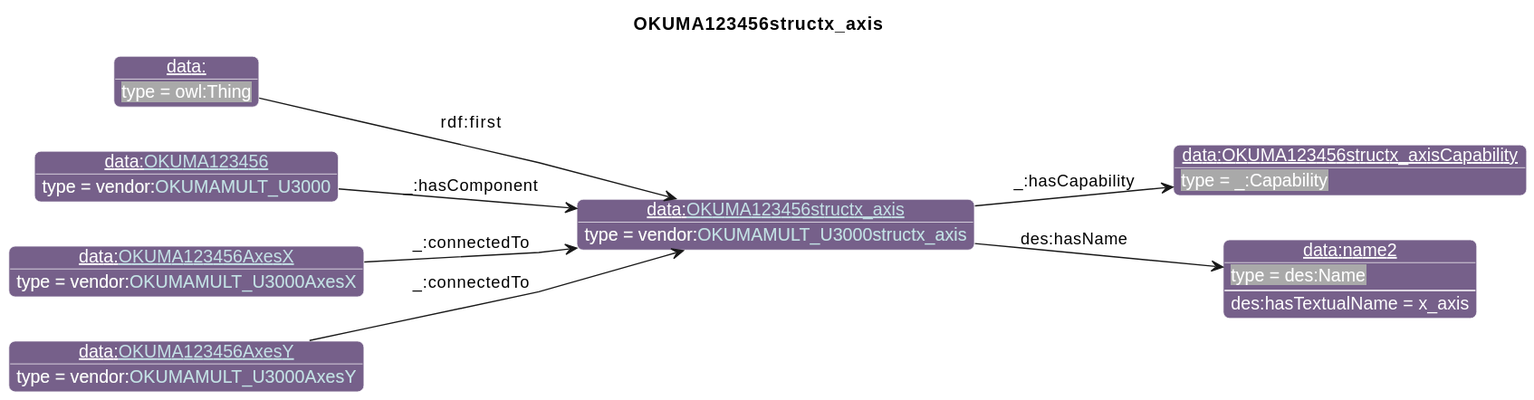
The PlantUML diagram diagrams/OKUMA123456structx_axis.svg in iofoundry/example-syseng-mtconnect, before a commit.
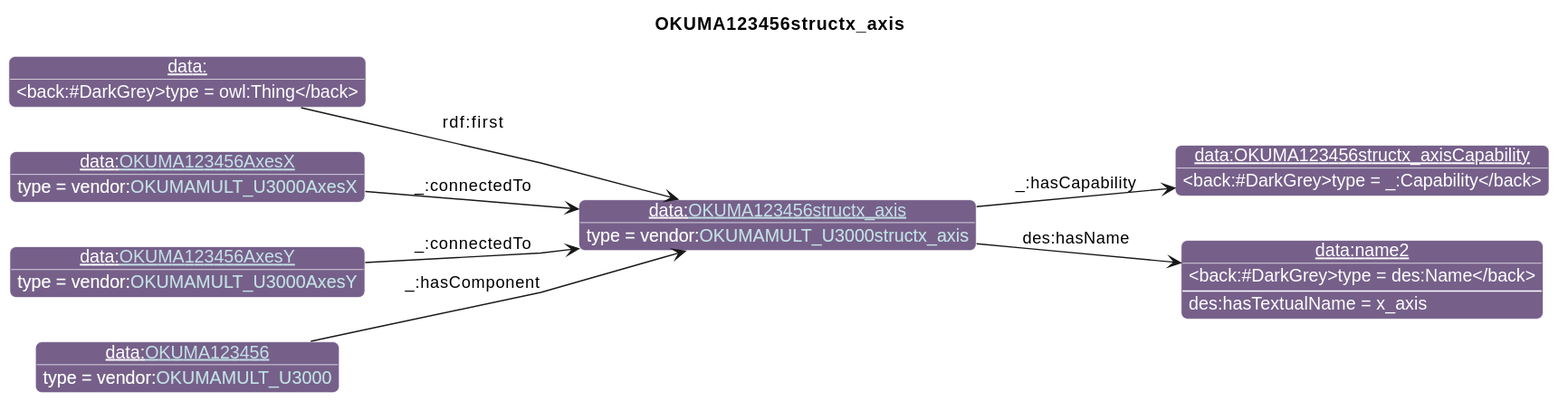
After the change.

What changed in the source:
```diff
@@ -29,14 +29,14 @@
 individual(o1, data:OKUMA123456structx_axisCapability, _:Capability)
 individual(o2, data:name2, des:Name)
 individual(o3, data:, owl:Thing)
-individual(o4, data:[[./OKUMA123456.html OKUMA123456]], vendor:[[../OKUMA.html#OKUMAMULT_U3000 OKUMAMULT_U3000]])
-individual(o5, data:[[./OKUMA123456AxesX.html OKUMA123456AxesX]], vendor:[[../OKUMA.html#OKUMAMULT_U3000AxesX OKUMAMULT_U3000AxesX]])
-individual(o6, data:[[./OKUMA123456AxesY.html OKUMA123456AxesY]], vendor:[[../OKUMA.html#OKUMAMULT_U3000AxesY OKUMAMULT_U3000AxesY]])
+individual(o4, data:[[./OKUMA123456AxesX.html OKUMA123456AxesX]], vendor:[[../OKUMA.html#OKUMAMULT_U3000AxesX OKUMAMULT_U3000AxesX]])
+individual(o5, data:[[./OKUMA123456AxesY.html OKUMA123456AxesY]], vendor:[[../OKUMA.html#OKUMAMULT_U3000AxesY OKUMAMULT_U3000AxesY]])
+individual(o6, data:[[./OKUMA123456.html OKUMA123456]], vendor:[[../OKUMA.html#OKUMAMULT_U3000 OKUMAMULT_U3000]])
 property(o0, "_:hasCapability", o1)
 property(o0, "des:hasName", o2)
 data(o2, "des:hasTextualName", "x_axis")
 property(o3, "rdf:first", o0)
-property(o4, "_:hasComponent", o0)
+property(o4, "_:connectedTo", o0)
 property(o5, "_:connectedTo", o0)
-property(o6, "_:connectedTo", o0)
+property(o6, "_:hasComponent", o0)
 @enduml
```
